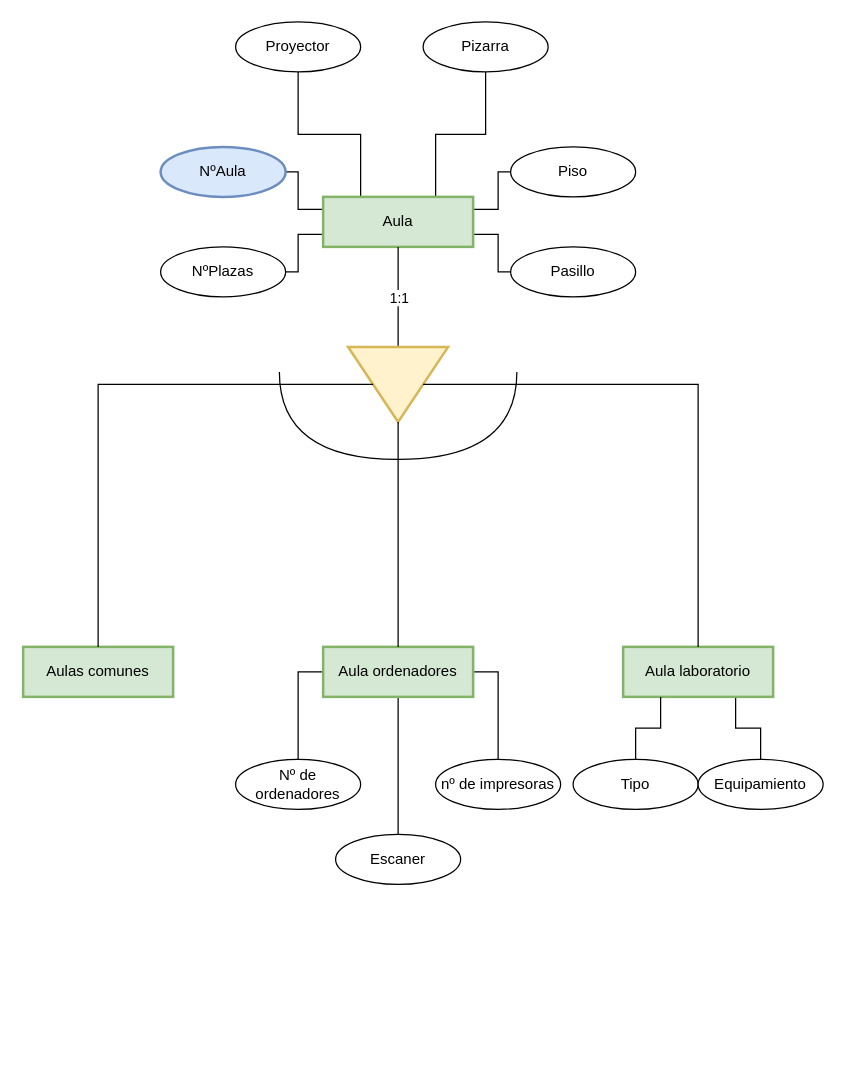
Before: page "Ej8" (6 of 9) of Tareas/Tarea3/Tarea3.drawio in JuanManuelMM/Base-Datos, a draw.io diagram. Source tidied: cells renumbered, new cells numbered last; positions are measured from the earlier drawing's top-left corner, leaving out a move shared by most shapes. Both pictures are drawn from the tidied source at 125%, with x=0, y=0 at pixel (22, 21).
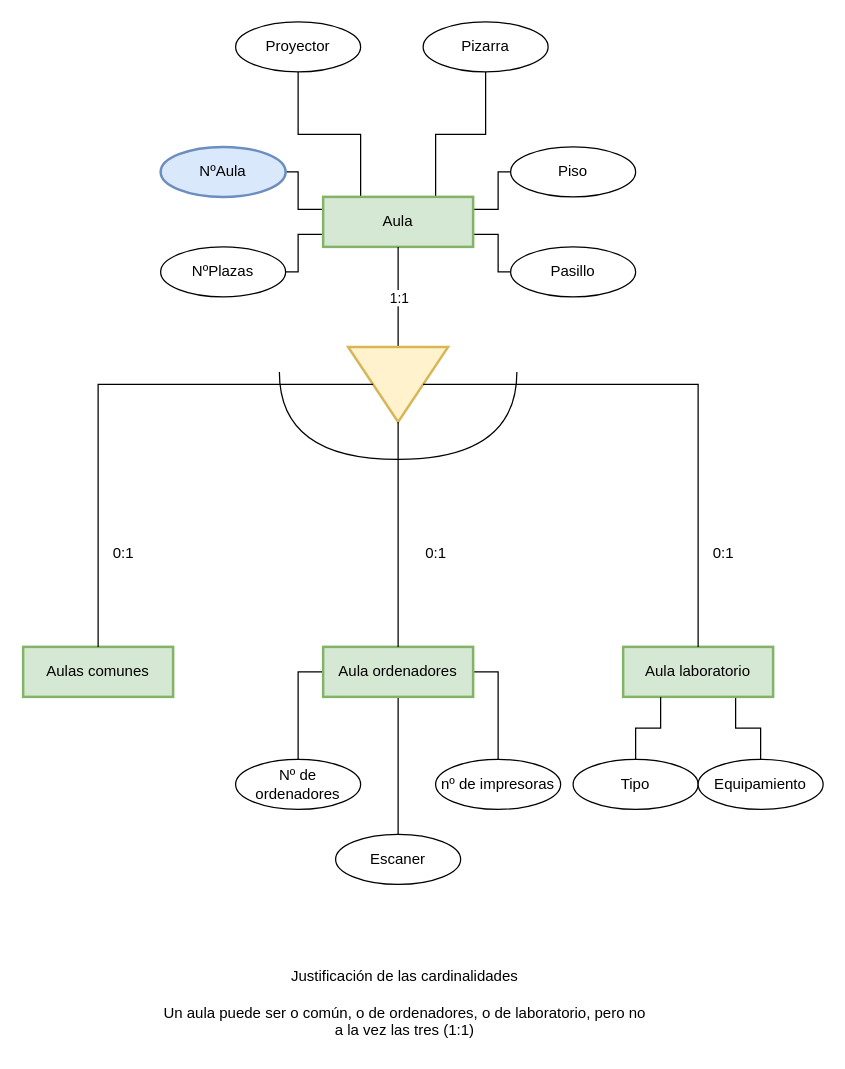
After the change.

The edit, as a diff of the source:
```diff
@@
+    <mxCell id="35" value="0:1" style="text;html=1;align=center;verticalAlign=middle;strokeColor=none;fillColor=none;" parent="1" vertex="1">
+      <mxGeometry x="60" y="410" width="40" height="30" as="geometry" />
+    </mxCell>
+    <mxCell id="36" value="0:1" style="text;html=1;align=center;verticalAlign=middle;strokeColor=none;fillColor=none;" parent="1" vertex="1">
+      <mxGeometry x="310" y="410" width="40" height="30" as="geometry" />
+    </mxCell>
+    <mxCell id="37" value="0:1" style="text;html=1;align=center;verticalAlign=middle;strokeColor=none;fillColor=none;" parent="1" vertex="1">
+      <mxGeometry x="540" y="410" width="40" height="30" as="geometry" />
+    </mxCell>
+    <mxCell id="38" value="Justificación de las cardinalidades&lt;br&gt;&lt;br&gt;Un aula puede ser o común, o de ordenadores, o de laboratorio, pero no&lt;br&gt;a la vez las tres (1:1)" style="text;html=1;align=center;verticalAlign=middle;strokeColor=none;fillColor=none;" parent="1" vertex="1">
+      <mxGeometry x="100" y="750" width="410" height="70" as="geometry" />
+    </mxCell>
```
